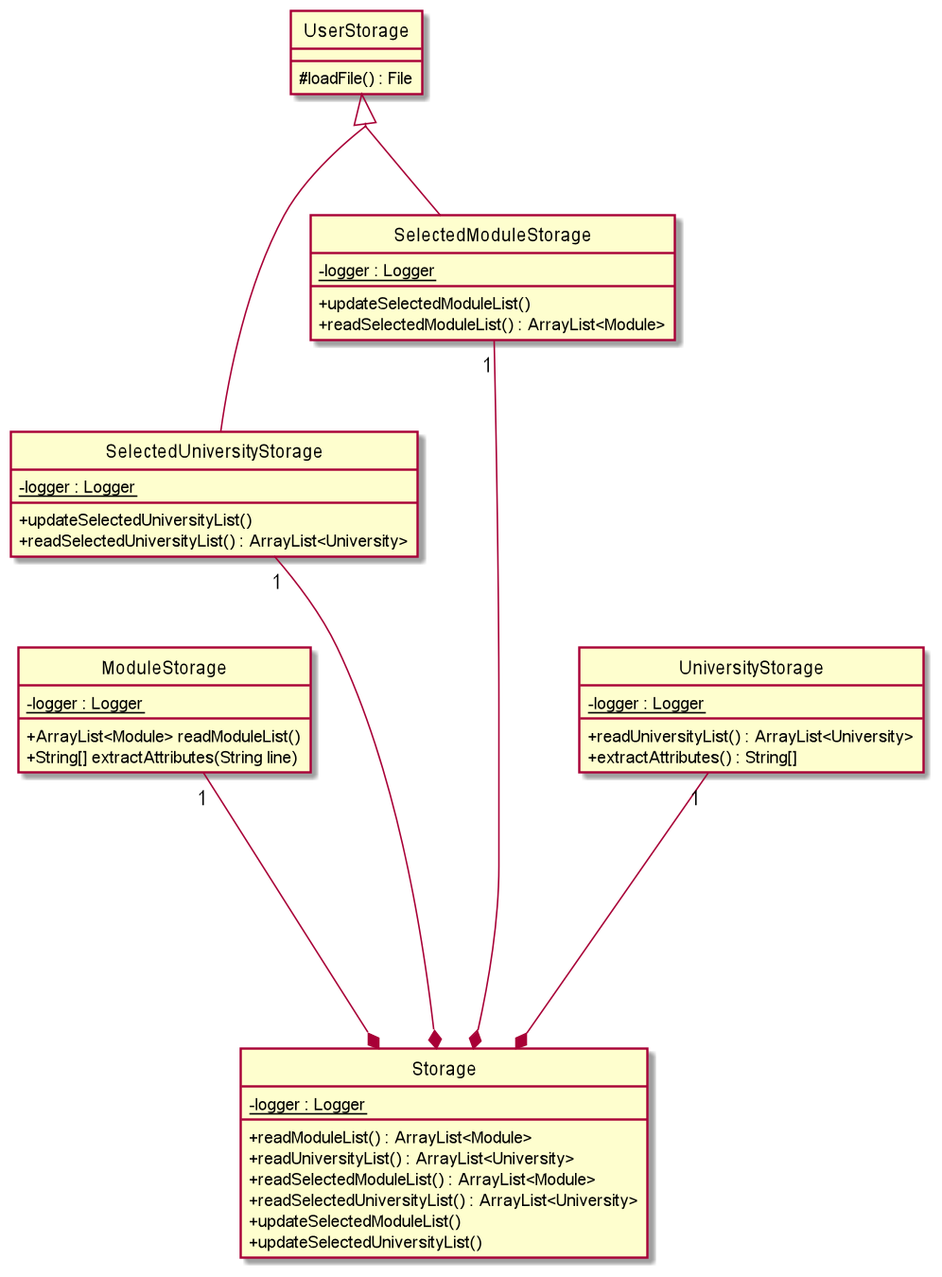
The PlantUML diagram docs/images/storage.png in nus-cs2113-AY2122S1/tp, before a commit.
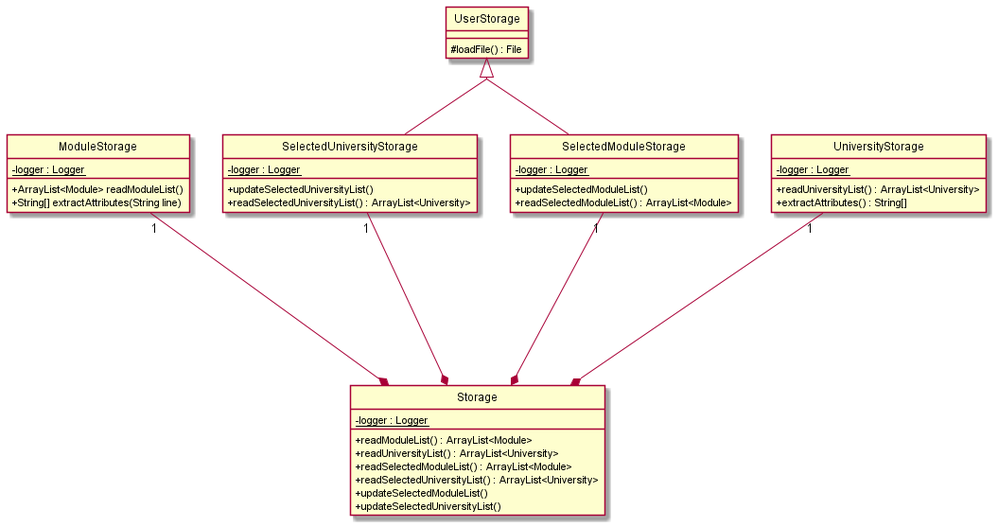
The same file after the commit.

What changed in the source:
```diff
@@ -16,7 +16,7 @@
     SelectedUniversityStorage : + readSelectedUniversityList() : ArrayList<University>
 
 UserStorage <|-- SelectedModuleStorage
-SelectedModuleStorage "1" ------* Storage
+SelectedModuleStorage "1" ----* Storage
     SelectedModuleStorage : - {static} logger : Logger
     SelectedModuleStorage : + updateSelectedModuleList()
     SelectedModuleStorage : + readSelectedModuleList() : ArrayList<Module>
```
